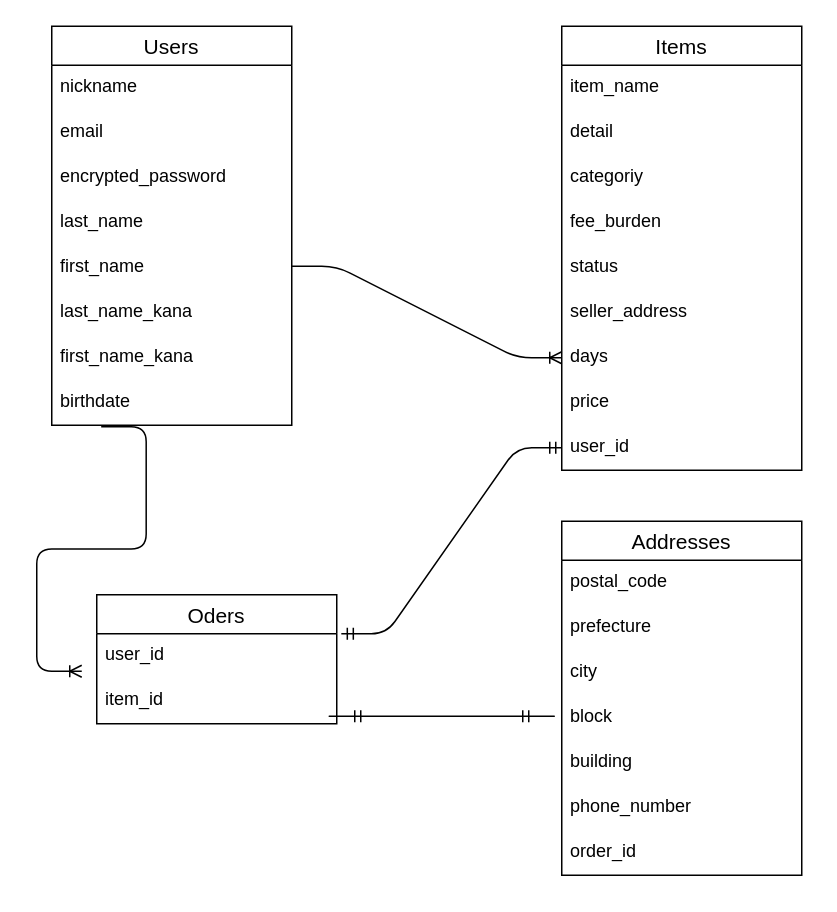
Earlier version of the draw.io diagram ER.dio (yknkhrhr/furima-39898). Source tidied: cells renumbered, new cells numbered last; positions are measured from the earlier drawing's top-left corner, leaving out a move shared by most shapes. Both pictures are drawn from the tidied source at 150%, with x=0, y=0 at pixel (51, 26).
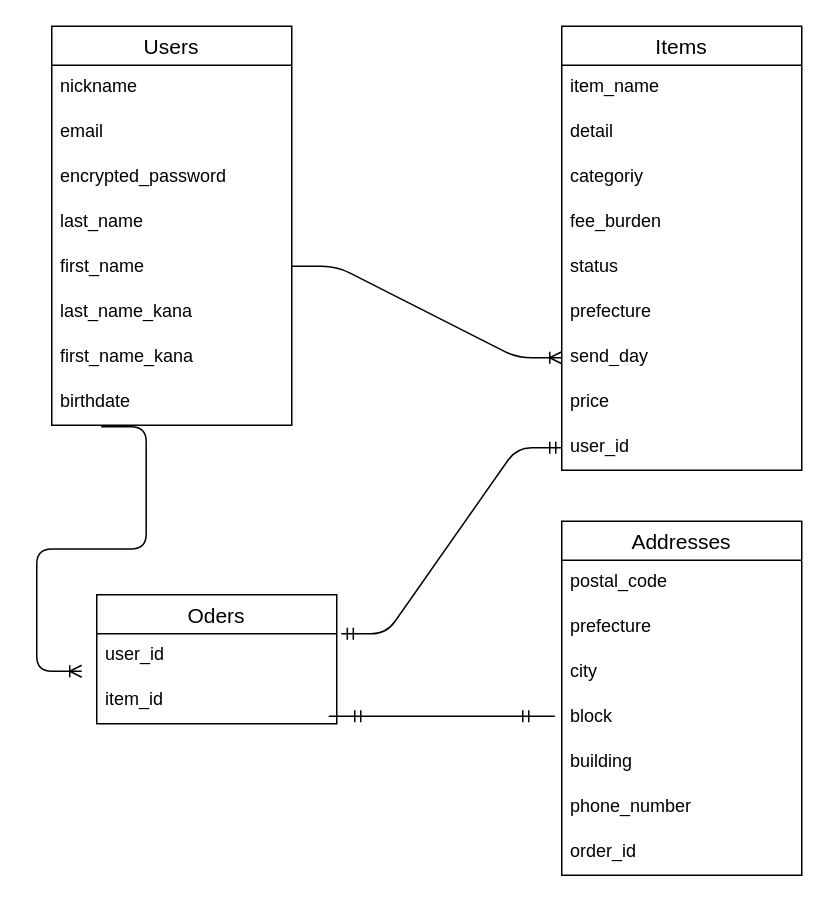
The same page after the edit.

Commit message (it also covers changes not shown here):
カラム名・型の修正

The change refers to these unchanged cells:
```xml
<mxCell id="2" value="Items" style="swimlane;fontStyle=0;horizontal=1;startSize=26;align=center;fontSize=14;" parent="1" vertex="1">
  <mxGeometry x="340" width="160" height="296" as="geometry" />
</mxCell>
```

Change to the diagram source:
```diff
@@
-    <mxCell id="8" value="seller_address" style="text;strokeColor=none;fillColor=none;spacingLeft=4;spacingRight=4;overflow=hidden;points=[[0,0.5],[1,0.5]];portConstraint=eastwest;fontSize=12;shadow=1;" parent="2" vertex="1">
+    <mxCell id="8" value="prefecture" style="text;strokeColor=none;fillColor=none;spacingLeft=4;spacingRight=4;overflow=hidden;points=[[0,0.5],[1,0.5]];portConstraint=eastwest;fontSize=12;shadow=1;" parent="2" vertex="1">
       <mxGeometry y="176" width="160" height="30" as="geometry" />
     </mxCell>
-    <mxCell id="9" value="days" style="text;strokeColor=none;fillColor=none;spacingLeft=4;spacingRight=4;overflow=hidden;points=[[0,0.5],[1,0.5]];portConstraint=eastwest;fontSize=12;whiteSpace=wrap;" parent="2" vertex="1">
+    <mxCell id="9" value="send_day" style="text;strokeColor=none;fillColor=none;spacingLeft=4;spacingRight=4;overflow=hidden;points=[[0,0.5],[1,0.5]];portConstraint=eastwest;fontSize=12;whiteSpace=wrap;" parent="2" vertex="1">
       <mxGeometry y="206" width="160" height="30" as="geometry" />
     </mxCell>
```
